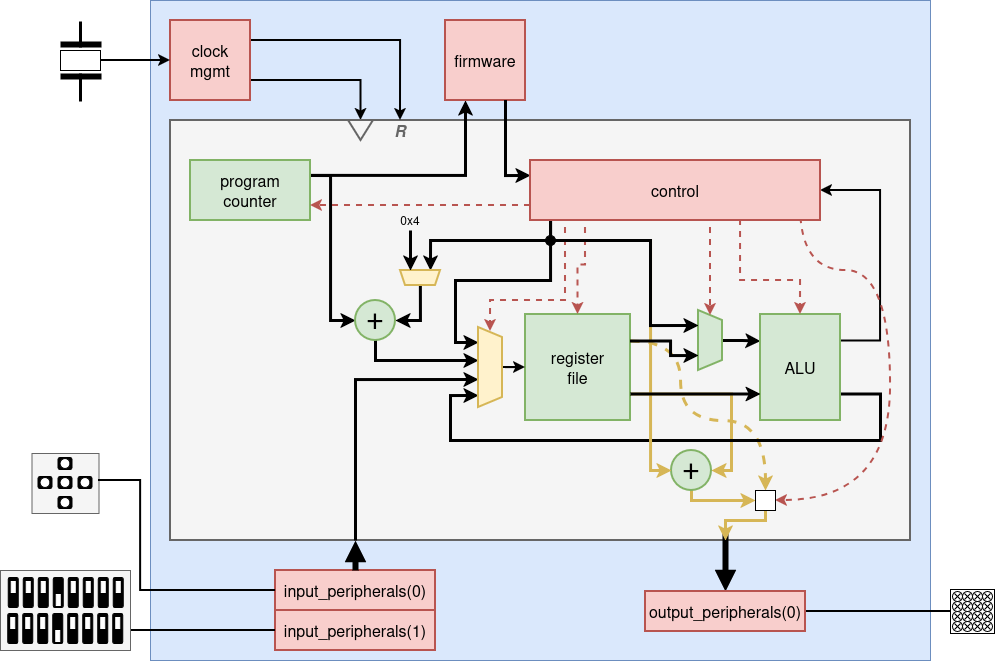
This is static/images/600/rv32i.png from KULeuven-Diepenbeek/course_disch, a draw.io export, as it was before one commit. Source tidied: cells renumbered, new cells last; positions are measured from the earlier drawing's top-left corner, leaving out a move shared by most shapes.
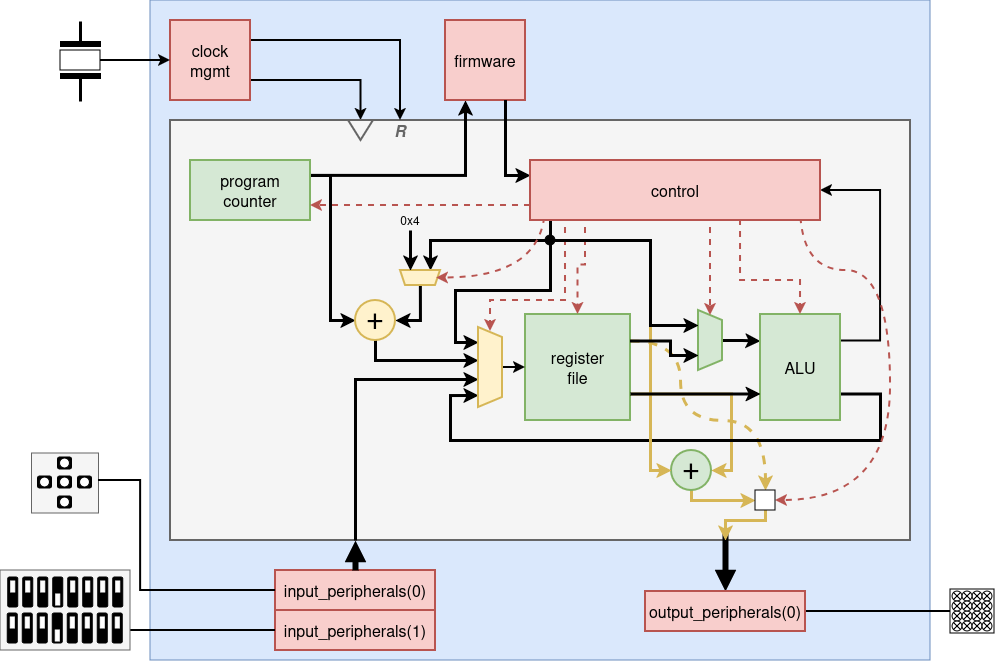
After the change.

Diff of the diagram source:
```diff
@@ -2,6 +2,12 @@
   <root>
     <mxCell id="0" />
     <mxCell id="1" parent="0" />
+    <mxCell id="191" style="rounded=0;whiteSpace=wrap;html=1;fillColor=#f8cecc;strokeColor=#b85450;" parent="1" vertex="1">
+      <mxGeometry x="540" y="195" width="10" height="10" as="geometry" />
+    </mxCell>
+    <mxCell id="192" style="rounded=0;whiteSpace=wrap;html=1;fillColor=#fff2cc;strokeColor=#d6b656;" parent="1" vertex="1">
+      <mxGeometry x="426" y="272.5" width="10" height="10" as="geometry" />
+    </mxCell>
     <mxCell id="2" style="rounded=0;whiteSpace=wrap;html=1;fillColor=#dae8fc;strokeColor=#6c8ebf;" parent="1" vertex="1">
       <mxGeometry x="150" width="780" height="660" as="geometry" />
     </mxCell>
@@ -584,8 +590,8 @@
     <mxCell id="148" style="edgeStyle=orthogonalEdgeStyle;rounded=0;jettySize=auto;html=1;entryX=0;entryY=0.5;entryDx=0;entryDy=0;strokeWidth=3;" parent="1" edge="1" source="149" target="159">
       <mxGeometry relative="1" as="geometry">
         <Array as="points">
-          <mxPoint x="550" y="280" />
-          <mxPoint x="455" y="280" />
+          <mxPoint x="550" y="290" />
+          <mxPoint x="455" y="290" />
           <mxPoint x="455" y="342" />
         </Array>
       </mxGeometry>
@@ -635,7 +641,7 @@
         </Array>
       </mxGeometry>
     </mxCell>
-    <mxCell id="161" value="&lt;font style=&quot;font-size: 32px;&quot; face=&quot;calibri&quot;&gt;+&lt;/font&gt;" style="ellipse;whiteSpace=wrap;html=1;fillColor=#d5e8d4;strokeColor=#82b366;strokeWidth=2;" parent="1" vertex="1">
+    <mxCell id="161" value="&lt;font style=&quot;font-size: 32px;&quot; face=&quot;calibri&quot;&gt;+&lt;/font&gt;" style="ellipse;whiteSpace=wrap;html=1;fillColor=#fff2cc;strokeColor=#d6b656;strokeWidth=2;" parent="1" vertex="1">
       <mxGeometry x="355" y="300" width="40" height="40" as="geometry" />
     </mxCell>
     <mxCell id="162" style="edgeStyle=orthogonalEdgeStyle;rounded=0;jettySize=auto;html=1;entryX=1;entryY=0.5;entryDx=0;entryDy=0;exitX=0.5;exitY=0;exitDx=0;exitDy=0;strokeWidth=3;" parent="1" edge="1" source="163" target="161">
@@ -767,6 +773,13 @@
     <mxCell id="189" style="edgeStyle=orthogonalEdgeStyle;rounded=0;jettySize=auto;html=1;entryX=0;entryY=0.5;entryDx=0;entryDy=0;strokeWidth=2;" parent="1" edge="1" source="186" target="6">
       <mxGeometry relative="1" as="geometry" />
     </mxCell>
+    <mxCell id="193" style="edgeStyle=orthogonalEdgeStyle;rounded=0;jettySize=auto;html=1;entryX=1;entryY=0.5;entryDx=0;entryDy=0;curved=1;strokeWidth=2;fillColor=#f8cecc;strokeColor=#b85450;dashed=1;exitX=0.5;exitY=1;exitDx=0;exitDy=0;" parent="1" edge="1" source="191" target="192">
+      <mxGeometry relative="1" as="geometry">
+        <Array as="points">
+          <mxPoint x="545" y="278" />
+        </Array>
+      </mxGeometry>
+    </mxCell>
     <mxCell id="190" value="&lt;font style=&quot;font-size: 16px;&quot;&gt;control&lt;/font&gt;" style="rounded=0;whiteSpace=wrap;html=1;fillColor=#f8cecc;strokeColor=#b85450;strokeWidth=2;" parent="1" vertex="1">
       <mxGeometry x="530" y="160" width="290" height="60" as="geometry" />
     </mxCell>
```
